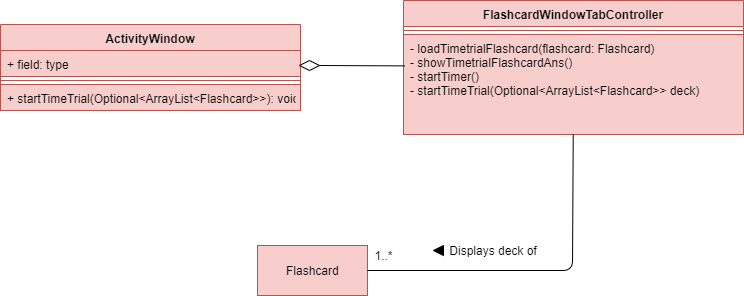
The draw.io diagram images/jrImages/TimeTrialClassDiagram.png in AY1920S1-CS2103T-W13-3/StudyBuddyPro, before a commit. Source tidied: cells renumbered, new cells last; positions are measured from the earlier drawing's top-left corner, leaving out a move shared by most shapes.
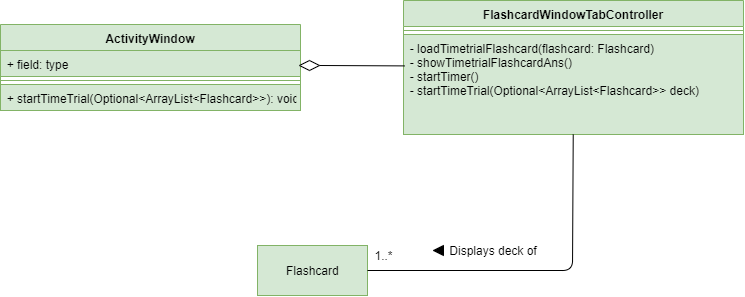
After the change.

Diff of the diagram source:
```diff
@@ -2,28 +2,28 @@
   <root>
     <mxCell id="0" />
     <mxCell id="1" parent="0" />
-    <mxCell id="2" value="FlashcardWindowTabController" style="swimlane;fontStyle=1;align=center;verticalAlign=top;horizontal=1;startSize=26;fillColor=#f8cecc;strokeColor=#b85450;" parent="1" vertex="1">
+    <mxCell id="2" value="FlashcardWindowTabController" style="swimlane;fontStyle=1;align=center;verticalAlign=top;horizontal=1;startSize=26;fillColor=#d5e8d4;strokeColor=#82b366;" parent="1" vertex="1">
       <mxGeometry x="403" width="340" height="134" as="geometry" />
     </mxCell>
-    <mxCell id="3" style="line;strokeWidth=1;fillColor=#f8cecc;align=left;verticalAlign=middle;spacingTop=-1;spacingLeft=3;spacingRight=3;labelPosition=right;strokeColor=#b85450;" parent="2" vertex="1">
+    <mxCell id="3" style="line;strokeWidth=1;fillColor=#d5e8d4;align=left;verticalAlign=middle;spacingTop=-1;spacingLeft=3;spacingRight=3;labelPosition=right;strokeColor=#82b366;" parent="2" vertex="1">
       <mxGeometry y="26" width="340" height="8" as="geometry" />
     </mxCell>
-    <mxCell id="4" value="- loadTimetrialFlashcard(flashcard: Flashcard)&#10;- showTimetrialFlashcardAns()&#10;- startTimer()&#10;- startTimeTrial(Optional&lt;ArrayList&lt;Flashcard&gt;&gt; deck)" style="text;strokeColor=#b85450;fillColor=#f8cecc;align=left;verticalAlign=top;spacingLeft=4;spacingRight=4;overflow=hidden;points=[[0,0.5],[1,0.5]];portConstraint=eastwest;" parent="2" vertex="1">
+    <mxCell id="4" value="- loadTimetrialFlashcard(flashcard: Flashcard)&#10;- showTimetrialFlashcardAns()&#10;- startTimer()&#10;- startTimeTrial(Optional&lt;ArrayList&lt;Flashcard&gt;&gt; deck)" style="text;strokeColor=#82b366;fillColor=#d5e8d4;align=left;verticalAlign=top;spacingLeft=4;spacingRight=4;overflow=hidden;points=[[0,0.5],[1,0.5]];portConstraint=eastwest;" parent="2" vertex="1">
       <mxGeometry y="34" width="340" height="100" as="geometry" />
     </mxCell>
-    <mxCell id="5" value="ActivityWindow" style="swimlane;fontStyle=1;align=center;verticalAlign=top;horizontal=1;startSize=26;fillColor=#f8cecc;strokeColor=#b85450;" parent="1" vertex="1">
+    <mxCell id="5" value="ActivityWindow" style="swimlane;fontStyle=1;align=center;verticalAlign=top;horizontal=1;startSize=26;fillColor=#d5e8d4;strokeColor=#82b366;" parent="1" vertex="1">
       <mxGeometry y="24" width="300" height="86" as="geometry" />
     </mxCell>
-    <mxCell id="6" value="+ field: type" style="text;strokeColor=#b85450;fillColor=#f8cecc;align=left;verticalAlign=top;spacingLeft=4;spacingRight=4;overflow=hidden;" parent="5" vertex="1">
+    <mxCell id="6" value="+ field: type" style="text;strokeColor=#82b366;fillColor=#d5e8d4;align=left;verticalAlign=top;spacingLeft=4;spacingRight=4;overflow=hidden;" parent="5" vertex="1">
       <mxGeometry y="26" width="300" height="26" as="geometry" />
     </mxCell>
-    <mxCell id="7" style="line;strokeWidth=1;fillColor=#f8cecc;align=left;verticalAlign=middle;spacingTop=-1;spacingLeft=3;spacingRight=3;labelPosition=right;strokeColor=#b85450;" parent="5" vertex="1">
+    <mxCell id="7" style="line;strokeWidth=1;fillColor=#d5e8d4;align=left;verticalAlign=middle;spacingTop=-1;spacingLeft=3;spacingRight=3;labelPosition=right;strokeColor=#82b366;" parent="5" vertex="1">
       <mxGeometry y="52" width="300" height="8" as="geometry" />
     </mxCell>
-    <mxCell id="8" value="+ startTimeTrial(Optional&lt;ArrayList&lt;Flashcard&gt;&gt;): void" style="text;strokeColor=#b85450;fillColor=#f8cecc;align=left;verticalAlign=top;spacingLeft=4;spacingRight=4;overflow=hidden;" parent="5" vertex="1">
+    <mxCell id="8" value="+ startTimeTrial(Optional&lt;ArrayList&lt;Flashcard&gt;&gt;): void" style="text;strokeColor=#82b366;fillColor=#d5e8d4;align=left;verticalAlign=top;spacingLeft=4;spacingRight=4;overflow=hidden;" parent="5" vertex="1">
       <mxGeometry y="60" width="300" height="26" as="geometry" />
     </mxCell>
-    <mxCell id="9" value="Flashcard" style="html=1;fillColor=#f8cecc;strokeColor=#b85450;" parent="1" vertex="1">
+    <mxCell id="9" value="Flashcard" style="html=1;fillColor=#d5e8d4;strokeColor=#82b366;" parent="1" vertex="1">
       <mxGeometry x="257" y="245" width="110" height="50" as="geometry" />
     </mxCell>
     <mxCell id="10" style="rhombus;whiteSpace=wrap;html=1;" parent="1" vertex="1">
```
